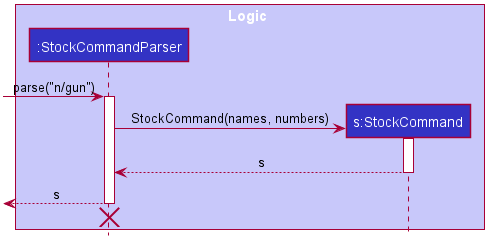
The PlantUML diagram docs/images/StockCommandParserSequenceDiagram.png in richardcom/tp, before a commit.
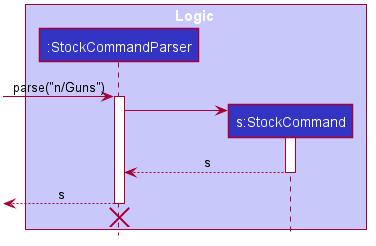
The same diagram one commit later.

Change to the diagram source:
```diff
@@ -54,11 +54,11 @@
 participant "s:StockCommand" as StockCommand #3333C4
 end box
 
-[-> StockCommandParser : parse("n/gun")
+[-> StockCommandParser : parse("n/Guns")
 activate StockCommandParser
 
 create StockCommand
-StockCommandParser -> StockCommand : StockCommand(names, numbers)
+StockCommandParser -> StockCommand
 activate StockCommand
 
 StockCommand --> StockCommandParser : s
```
